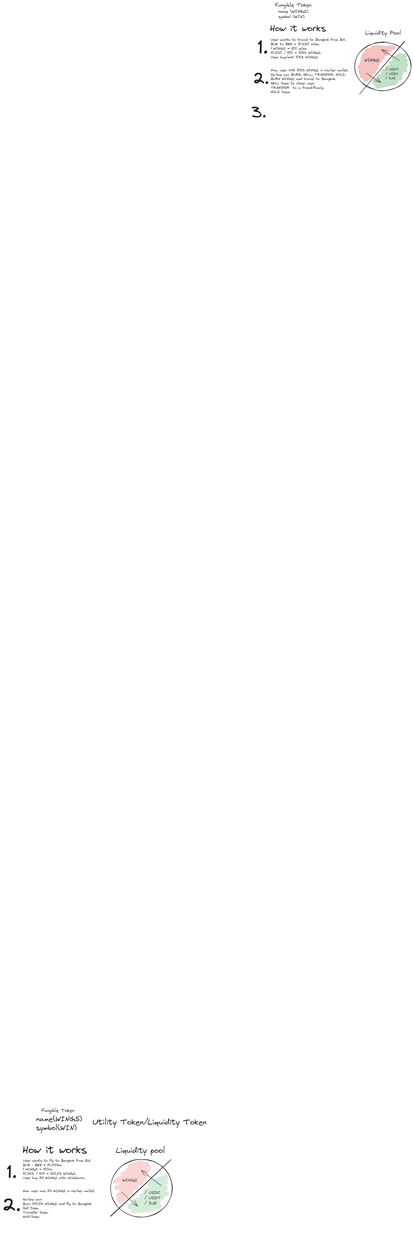
This is front.wingz/.excalidraw.png from maxi-ht/wingz, a Excalidraw export, as it was before one commit. Source tidied: one line per element, renumbered; positions are measured from the earlier drawing's top-left corner, leaving out a move shared by most shapes.
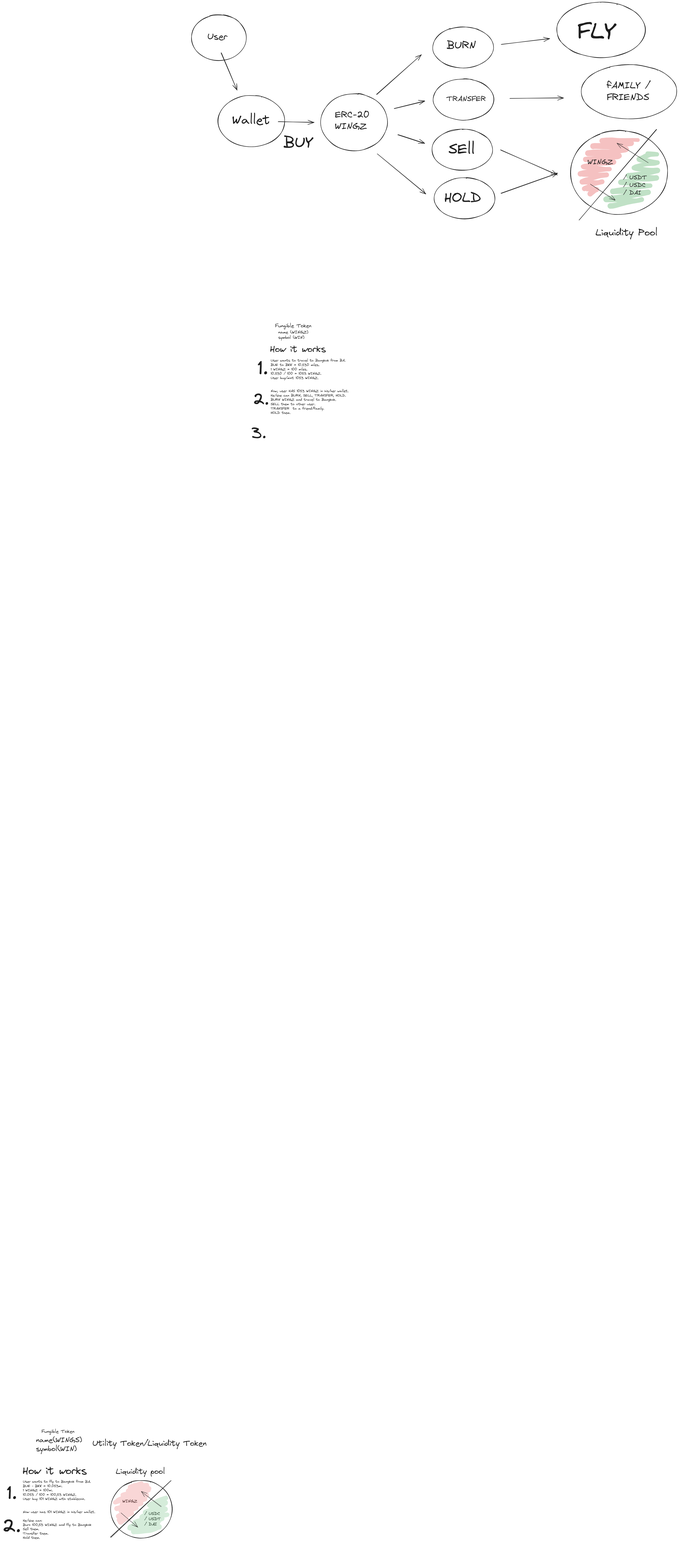
Later version of the same file.

Commit message:
update smart contract, ABI, excalidraw

The edit, as a diff of the source:
```diff
@@ -14,19 +14,48 @@
 {"id": 13, "type": "text", "text": "name(WINGS)\nsymbol(WIN) ", "strokeColor": "#1e1e1e", "strokeWidth": 1, "roughness": 1, "fontSize": 33.99, "fontFamily": 1, "x": 161, "y": 5277, "width": 218, "height": 85}
 {"id": 14, "type": "text", "text": "Utility Token/Liquidity Token", "strokeColor": "#1e1e1e", "backgroundColor": "#ffffff", "fillStyle": "solid", "strokeWidth": 1, "roughness": 1, "fontSize": 38.12, "fontFamily": 1, "x": 428, "y": 5290, "width": 541, "height": 48}
 {"id": 15, "type": "text", "text": "Fungible Token", "strokeColor": "#1e1e1e", "backgroundColor": "#ffffff", "fillStyle": "solid", "strokeWidth": 1, "roughness": 1, "fontSize": 22.29, "fontFamily": 1, "x": 187, "y": 5244, "width": 156, "height": 28}
-{"id": 16, "type": "ellipse", "strokeColor": "#1e1e1e", "strokeWidth": 2, "roughness": 1, "round": true, "x": 1671, "y": 190, "width": 267, "height": 231}
+{"id": 16, "type": "ellipse", "strokeColor": "#1e1e1e", "strokeWidth": 2, "roughness": 1, "round": true, "x": 2694, "y": -912, "width": 460, "height": 398}
-{"id": 17, "type": "line", "strokeColor": "#1e1e1e", "strokeWidth": 2, "roughness": 1, "round": true, "x": 1907, "y": 187, "width": 212, "height": 248, "points": [[0, 0], [-212, 248]]}
+{"id": 17, "type": "line", "strokeColor": "#1e1e1e", "strokeWidth": 2, "roughness": 1, "round": true, "x": 3101, "y": -916, "width": 366, "height": 427, "points": [[0, 0], [-366, 427]]}
-{"id": 18, "type": "text", "text": "Liquidity Pool", "strokeColor": "#1e1e1e", "strokeWidth": 2, "roughness": 1, "fontSize": 26.22, "fontFamily": 1, "x": 1720, "y": 131, "width": 171, "height": 33}
+{"id": 18, "type": "text", "text": "Liquidity Pool", "strokeColor": "#1e1e1e", "strokeWidth": 2, "roughness": 1, "fontSize": 45.23, "fontFamily": 1, "x": 2813, "y": -455, "width": 294, "height": 57}
 {"id": 19, "type": "text", "text": "name (WINGZ)\nsymbol (WIN)\n\n", "strokeColor": "#1e1e1e", "strokeWidth": 2, "roughness": 1, "fontSize": 20, "fontFamily": 1, "x": 1309, "y": 33, "width": 142, "height": 100}
 {"id": 20, "type": "text", "text": "Fungible Token", "strokeColor": "#1e1e1e", "strokeWidth": 2, "roughness": 1, "fontSize": 24.6, "fontFamily": 1, "x": 1294, "y": 0, "width": 172, "height": 31}
-{"id": 21, "type": "freedraw", "strokeColor": "#2f9e44", "strokeWidth": 4, "roughness": 1, "opacity": 30, "x": 1882, "y": 253, "width": 142, "height": 144, "points": [[0, 0], [7, 3], [-20, 15], [27, 25], [-32, 36], [-24, 42], [19, 47], [-7, 55], [-44, 61], [-1, 65], [19, 67], [-41, 73], [-67, 78], [2, 88], [-45, 97], [-77, 101], [-93, 104], [-16, 107], [-6, 108], [-78, 121], [-108, 124], [-25, 129], [-28, 130], [-82, 141], [-102, 144]]}
+{"id": 21, "type": "freedraw", "strokeColor": "#2f9e44", "strokeWidth": 4, "roughness": 1, "opacity": 30, "x": 3059, "y": -803, "width": 245, "height": 249, "points": [[0, 0], [12, 5], [-35, 26], [47, 43], [-54, 63], [-41, 72], [33, 81], [-13, 94], [-76, 105], [-1, 112], [33, 116], [-70, 125], [-115, 134], [4, 152], [-77, 167], [-133, 175], [-161, 180], [-27, 185], [-10, 187], [-134, 208], [-187, 214], [-44, 223], [-48, 224], [-141, 244], [-177, 249]]}
-{"id": 22, "type": "freedraw", "strokeColor": "#e03131", "strokeWidth": 4, "roughness": 1, "opacity": 30, "x": 1855, "y": 216, "width": 159, "height": 149, "points": [[0, 0], [-82, 0], [-53, 7], [-25, 8], [-74, 15], [-109, 16], [-75, 21], [-40, 25], [-75, 33], [-119, 34], [-82, 39], [-49, 45], [-132, 52], [-91, 59], [-66, 61], [-138, 72], [-79, 80], [-130, 87], [-102, 96], [-130, 106], [-150, 113], [-106, 116], [-146, 132], [-117, 138]]}
+{"id": 22, "type": "freedraw", "strokeColor": "#e03131", "strokeWidth": 4, "roughness": 1, "opacity": 30, "x": 3013, "y": -867, "width": 275, "height": 257, "points": [[0, 0], [-142, 0], [-91, 12], [-43, 15], [-128, 26], [-188, 28], [-129, 36], [-69, 43], [-130, 56], [-206, 59], [-142, 68], [-85, 77], [-228, 90], [-157, 101], [-114, 105], [-238, 123], [-136, 138], [-225, 151], [-177, 165], [-225, 183], [-259, 196], [-183, 201], [-252, 228], [-202, 238]]}
-{"id": 23, "type": "text", "text": "/ USDT\n/ USDC\n/ DAI", "strokeColor": "#1e1e1e", "strokeWidth": 4, "roughness": 1, "fontSize": 16.61, "fontFamily": 1, "x": 1815, "y": 310, "width": 65, "height": 62}
+{"id": 23, "type": "text", "text": "/ USDT\n/ USDC\n/ DAI", "strokeColor": "#1e1e1e", "strokeWidth": 4, "roughness": 1, "fontSize": 28.65, "fontFamily": 1, "x": 2944, "y": -705, "width": 112, "height": 107}
-{"id": 24, "type": "text", "text": "WINGZ", "strokeColor": "#1e1e1e", "strokeWidth": 4, "roughness": 1, "fontSize": 20, "fontFamily": 1, "x": 1717, "y": 264, "width": 70, "height": 25}
+{"id": 24, "type": "text", "text": "WINGZ", "strokeColor": "#1e1e1e", "strokeWidth": 4, "roughness": 1, "fontSize": 34.5, "fontFamily": 1, "x": 2774, "y": -784, "width": 121, "height": 43}
 {"id": 25, "type": "text", "text": "1.", "strokeColor": "#1e1e1e", "strokeWidth": 4, "roughness": 1, "fontSize": 90.18, "fontFamily": 1, "x": 1211, "y": 162, "width": 49, "height": 113}
 {"id": 26, "type": "text", "text": "How it works", "strokeColor": "#1e1e1e", "strokeWidth": 4, "roughness": 1, "fontSize": 43.37, "fontFamily": 1, "x": 1269, "y": 99, "width": 265, "height": 54}
 {"id": 27, "type": "text", "text": "User wants to travel to Bangkok from BA.\nBUE to BKK = 10.530 miles.\n1 WINGZ = 100 miles.\n10.530 / 100 = 1053 WINGZ.\nUser buy/mint 1053 WINGZ.\n\n\nNow, user HAS 1053 WINGZ in his/her wallet.\nHe/she can BURN, SELL, TRANSFER, HOLD.\nBURN WINGZ and travel to Bangkok.\nSELL them to other user.\nTRANSFER  to a friend/family.\nHOLD them.\n\n\n\n", "strokeColor": "#1e1e1e", "strokeWidth": 4, "roughness": 1, "fontSize": 16.52, "fontFamily": 1, "x": 1273, "y": 170, "width": 369, "height": 351}
 {"id": 28, "type": "text", "text": "2.", "strokeColor": "#1e1e1e", "strokeWidth": 4, "roughness": 1, "fontSize": 78.01, "fontFamily": 1, "x": 1188, "y": 316, "width": 77, "height": 98}
-{"id": 29, "type": "arrow", "strokeColor": "#1e1e1e", "strokeWidth": 1, "roughness": 1, "endArrowhead": "arrow", "round": true, "x": 1725, "y": 338, "width": 68, "height": 44, "points": [[0, 0], [68, 44]]}
+{"id": 29, "type": "arrow", "strokeColor": "#1e1e1e", "strokeWidth": 1, "roughness": 1, "endArrowhead": "arrow", "round": true, "x": 2787, "y": -657, "width": 117, "height": 76, "points": [[0, 0], [117, 76]]}
-{"id": 30, "type": "arrow", "strokeColor": "#1e1e1e", "strokeWidth": 1, "roughness": 1, "endArrowhead": "arrow", "round": true, "x": 1884, "y": 278, "width": 86, "height": 54, "points": [[0, 0], [-86, -54]]}
+{"id": 30, "type": "arrow", "strokeColor": "#1e1e1e", "strokeWidth": 1, "roughness": 1, "endArrowhead": "arrow", "round": true, "x": 3062, "y": -760, "width": 149, "height": 92, "points": [[0, 0], [-149, -92]]}
 {"id": 31, "type": "text", "text": "3.", "strokeColor": "#1e1e1e", "strokeWidth": 1, "roughness": 1, "fontSize": 73.28, "fontFamily": 1, "x": 1182, "y": 480, "width": 70, "height": 92}
+{"id": 32, "type": "ellipse", "strokeColor": "#1e1e1e", "strokeWidth": 2, "roughness": 1, "round": true, "x": 897, "y": -1461, "width": 260, "height": 217}
+{"id": 33, "type": "text", "text": "User", "strokeColor": "#1e1e1e", "strokeWidth": 2, "roughness": 1, "fontSize": 42.42, "fontFamily": 1, "x": 973, "y": -1382, "width": 95, "height": 53}
+{"id": 34, "type": "ellipse", "strokeColor": "#1e1e1e", "strokeWidth": 2, "roughness": 1, "round": true, "x": 2041, "y": -1404, "width": 288, "height": 195}
+{"id": 35, "type": "text", "text": "BURN\n", "strokeColor": "#1e1e1e", "strokeWidth": 2, "roughness": 1, "fontSize": 49.99, "fontFamily": 1, "x": 2107, "y": -1346, "width": 138, "height": 125}
+{"id": 36, "type": "ellipse", "strokeColor": "#1e1e1e", "strokeWidth": 2, "roughness": 1, "round": true, "x": 2037, "y": -918, "width": 288, "height": 195}
+{"id": 37, "type": "ellipse", "strokeColor": "#1e1e1e", "strokeWidth": 2, "roughness": 1, "round": true, "x": 2043, "y": -1157, "width": 288, "height": 195}
+{"id": 38, "type": "ellipse", "strokeColor": "#1e1e1e", "strokeWidth": 2, "roughness": 1, "round": true, "x": 2048, "y": -688, "width": 288, "height": 195}
+{"id": 39, "type": "ellipse", "strokeColor": "#1e1e1e", "strokeWidth": 2, "roughness": 1, "round": true, "x": 1023, "y": -1078, "width": 316, "height": 244}
+{"id": 40, "type": "text", "text": "Wallet", "strokeColor": "#1e1e1e", "strokeWidth": 2, "roughness": 1, "fontSize": 58.67, "fontFamily": 1, "x": 1090, "y": -997, "width": 179, "height": 73}
+{"id": 41, "type": "ellipse", "strokeColor": "#1e1e1e", "strokeWidth": 2, "roughness": 1, "round": true, "x": 1510, "y": -1088, "width": 316, "height": 271}
+{"id": 42, "type": "text", "text": "ERC-20\nWINGZ", "strokeColor": "#1e1e1e", "strokeWidth": 2, "roughness": 1, "fontSize": 43.16, "fontFamily": 1, "x": 1577, "y": -1011, "width": 164, "height": 108}
+{"id": 43, "type": "text", "text": "SEll", "strokeColor": "#1e1e1e", "strokeWidth": 2, "roughness": 1, "fontSize": 69.36, "fontFamily": 1, "x": 2116, "y": -864, "width": 125, "height": 87}
+{"id": 44, "type": "text", "text": "TRANSFER", "strokeColor": "#1e1e1e", "strokeWidth": 2, "roughness": 1, "fontSize": 34.87, "fontFamily": 1, "x": 2107, "y": -1083, "width": 185, "height": 44}
+{"id": 45, "type": "text", "text": "HOLD", "strokeColor": "#1e1e1e", "strokeWidth": 2, "roughness": 1, "fontSize": 66.1, "fontFamily": 1, "x": 2095, "y": -633, "width": 176, "height": 83}
+{"id": 46, "type": "arrow", "strokeColor": "#1e1e1e", "strokeWidth": 2, "roughness": 1, "endArrowhead": "arrow", "round": true, "x": 1038, "y": -1281, "width": 75, "height": 178, "points": [[0, 0], [75, 178]]}
+{"id": 47, "type": "arrow", "strokeColor": "#1e1e1e", "strokeWidth": 2, "roughness": 1, "endArrowhead": "arrow", "round": true, "to": 41, "x": 1309, "y": -954, "width": 170, "height": 3, "points": [[0, 0], [170, 3]]}
+{"id": 48, "type": "text", "text": "BUY", "strokeColor": "#1e1e1e", "strokeWidth": 2, "roughness": 1, "fontSize": 71.37, "fontFamily": 1, "x": 1334, "y": -897, "width": 140, "height": 89}
+{"id": 49, "type": "arrow", "strokeColor": "#1e1e1e", "strokeWidth": 2, "roughness": 1, "endArrowhead": "arrow", "round": true, "from": 41, "x": 1775, "y": -1083, "width": 211, "height": 188, "points": [[0, 0], [211, -188]]}
+{"id": 50, "type": "arrow", "strokeColor": "#1e1e1e", "strokeWidth": 2, "roughness": 1, "endArrowhead": "arrow", "round": true, "x": 1876, "y": -892, "width": 126, "height": 41, "points": [[0, 0], [126, 41]]}
+{"id": 51, "type": "arrow", "strokeColor": "#1e1e1e", "strokeWidth": 2, "roughness": 1, "endArrowhead": "arrow", "round": true, "x": 1778, "y": -802, "width": 229, "height": 191, "points": [[0, 0], [229, 191]]}
+{"id": 52, "type": "arrow", "strokeColor": "#1e1e1e", "strokeWidth": 2, "roughness": 1, "endArrowhead": "arrow", "round": true, "x": 2366, "y": -614, "width": 266, "height": 95, "points": [[0, 0], [266, -95]]}
+{"id": 53, "type": "arrow", "strokeColor": "#1e1e1e", "strokeWidth": 2, "roughness": 1, "endArrowhead": "arrow", "round": true, "x": 1858, "y": -1016, "width": 144, "height": 36, "points": [[0, 0], [144, -36]]}
+{"id": 54, "type": "arrow", "strokeColor": "#1e1e1e", "strokeWidth": 2, "roughness": 1, "endArrowhead": "arrow", "round": true, "x": 2363, "y": -820, "width": 268, "height": 119, "points": [[0, 0], [268, 119]]}
+{"id": 55, "type": "ellipse", "strokeColor": "#1e1e1e", "strokeWidth": 2, "roughness": 1, "round": true, "x": 2628, "y": -1521, "width": 420, "height": 263}
+{"id": 56, "type": "text", "text": "FLY", "strokeColor": "#1e1e1e", "strokeWidth": 2, "roughness": 1, "fontSize": 108.53, "fontFamily": 1, "x": 2726, "y": -1445, "width": 183, "height": 136}
+{"id": 57, "type": "arrow", "strokeColor": "#1e1e1e", "strokeWidth": 2, "roughness": 1, "endArrowhead": "arrow", "round": true, "x": 2366, "y": -1320, "width": 229, "height": 28, "points": [[0, 0], [229, -28]]}
+{"id": 58, "type": "arrow", "strokeColor": "#1e1e1e", "strokeWidth": 2, "roughness": 1, "endArrowhead": "arrow", "round": true, "x": 2407, "y": -1065, "width": 253, "height": 3, "points": [[0, 0], [253, -3]]}
+{"id": 59, "type": "ellipse", "strokeColor": "#1e1e1e", "strokeWidth": 2, "roughness": 1, "round": true, "x": 2744, "y": -1225, "width": 454, "height": 258}
+{"id": 60, "type": "text", "text": "fAMILY / \nFRIENDS", "strokeColor": "#1e1e1e", "strokeWidth": 2, "roughness": 1, "fontSize": 44.75, "fontFamily": 1, "x": 2866, "y": -1152, "width": 227, "height": 112}
```
